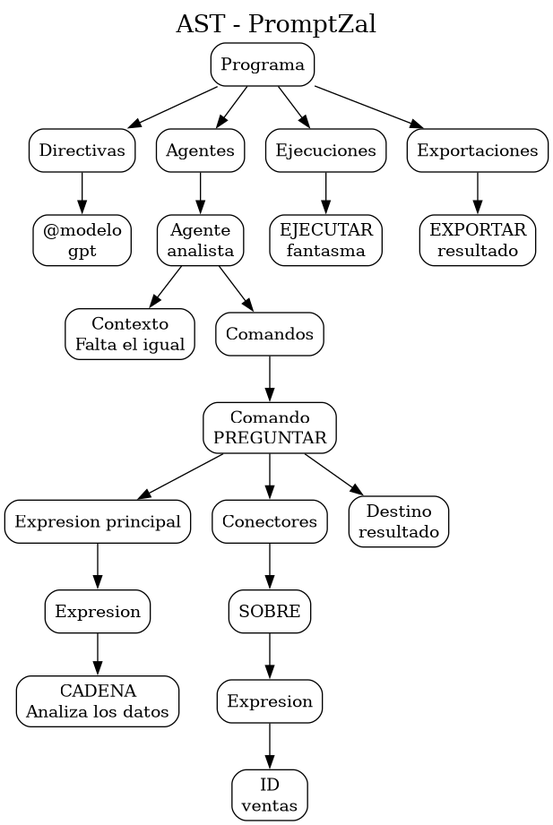
The Graphviz diagram reportes/ast_promptzal.png in wilian525/practica1_lenguajesFormales, before a commit. Its source is kept beside it as reportes/ast_promptzal.dot.
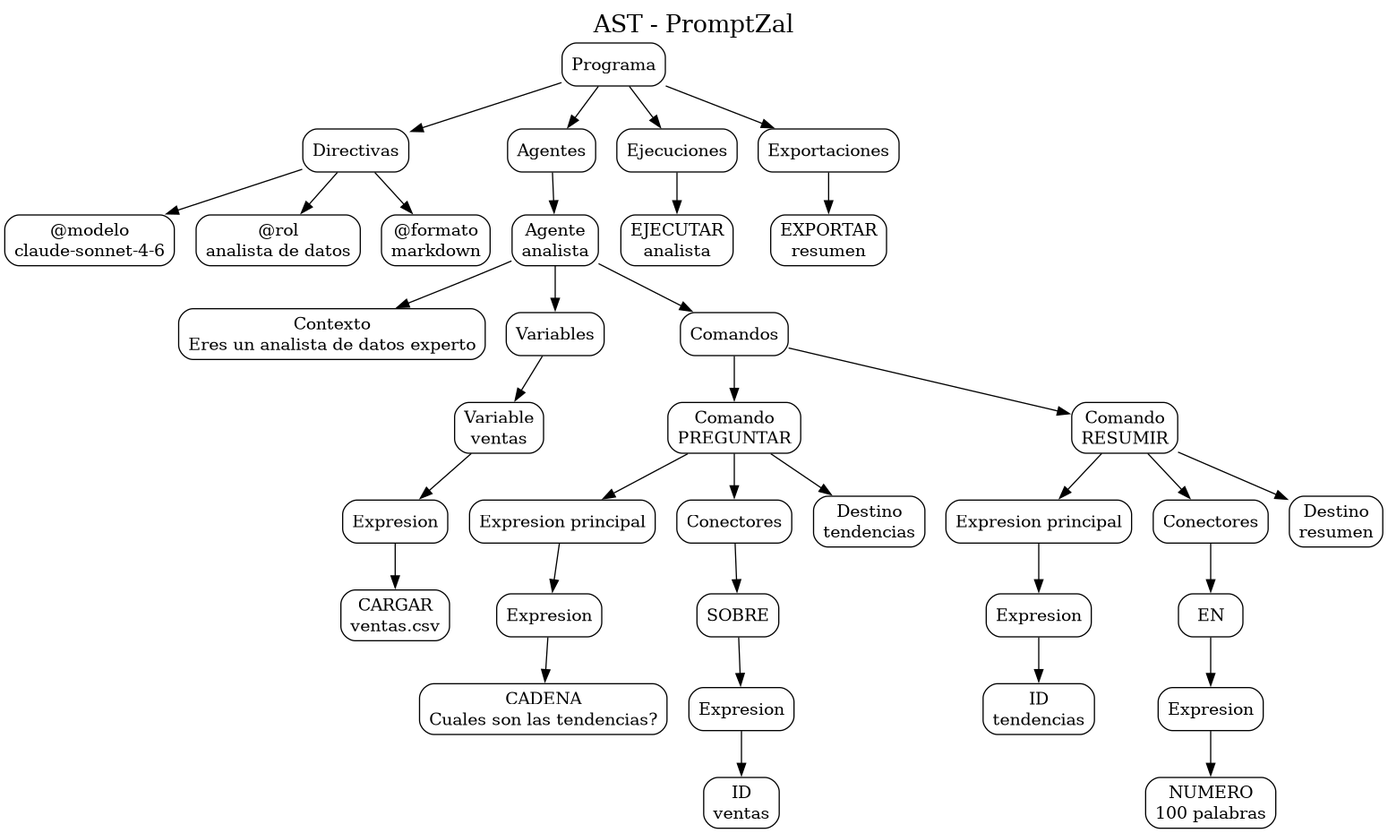
Above is the later version.

Change to the diagram source:
```diff
@@ -8,40 +8,70 @@
 nodo0 [label="Programa"];
 nodo1 [label="Directivas"];
 nodo0 -> nodo1;
-nodo2 [label="@modelo\ngpt"];
+nodo2 [label="@modelo\nclaude-sonnet-4-6"];
 nodo1 -> nodo2;
-nodo3 [label="Agentes"];
-nodo0 -> nodo3;
-nodo4 [label="Agente\nanalista"];
-nodo3 -> nodo4;
-nodo5 [label="Contexto\nFalta el igual"];
-nodo4 -> nodo5;
-nodo6 [label="Comandos"];
-nodo4 -> nodo6;
-nodo7 [label="Comando\nPREGUNTAR"];
+nodo3 [label="@rol\nanalista de datos"];
+nodo1 -> nodo3;
+nodo4 [label="@formato\nmarkdown"];
+nodo1 -> nodo4;
+nodo5 [label="Agentes"];
+nodo0 -> nodo5;
+nodo6 [label="Agente\nanalista"];
+nodo5 -> nodo6;
+nodo7 [label="Contexto\nEres un analista de datos experto"];
 nodo6 -> nodo7;
-nodo8 [label="Expresion principal"];
-nodo7 -> nodo8;
-nodo9 [label="Expresion"];
+nodo8 [label="Variables"];
+nodo6 -> nodo8;
+nodo9 [label="Variable\nventas"];
 nodo8 -> nodo9;
-nodo10 [label="CADENA\nAnaliza los datos"];
+nodo10 [label="Expresion"];
 nodo9 -> nodo10;
-nodo11 [label="Conectores"];
-nodo7 -> nodo11;
-nodo12 [label="SOBRE"];
-nodo11 -> nodo12;
-nodo13 [label="Expresion"];
+nodo11 [label="CARGAR\nventas.csv"];
+nodo10 -> nodo11;
+nodo12 [label="Comandos"];
+nodo6 -> nodo12;
+nodo13 [label="Comando\nPREGUNTAR"];
 nodo12 -> nodo13;
-nodo14 [label="ID\nventas"];
+nodo14 [label="Expresion principal"];
 nodo13 -> nodo14;
-nodo15 [label="Destino\nresultado"];
-nodo7 -> nodo15;
-nodo16 [label="Ejecuciones"];
-nodo0 -> nodo16;
-nodo17 [label="EJECUTAR\nfantasma"];
-nodo16 -> nodo17;
-nodo18 [label="Exportaciones"];
-nodo0 -> nodo18;
-nodo19 [label="EXPORTAR\nresultado"];
+nodo15 [label="Expresion"];
+nodo14 -> nodo15;
+nodo16 [label="CADENA\nCuales son las tendencias?"];
+nodo15 -> nodo16;
+nodo17 [label="Conectores"];
+nodo13 -> nodo17;
+nodo18 [label="SOBRE"];
+nodo17 -> nodo18;
+nodo19 [label="Expresion"];
 nodo18 -> nodo19;
+nodo20 [label="ID\nventas"];
+nodo19 -> nodo20;
+nodo21 [label="Destino\ntendencias"];
+nodo13 -> nodo21;
+nodo22 [label="Comando\nRESUMIR"];
+nodo12 -> nodo22;
+nodo23 [label="Expresion principal"];
+nodo22 -> nodo23;
+nodo24 [label="Expresion"];
+nodo23 -> nodo24;
+nodo25 [label="ID\ntendencias"];
+nodo24 -> nodo25;
+nodo26 [label="Conectores"];
+nodo22 -> nodo26;
+nodo27 [label="EN"];
+nodo26 -> nodo27;
+nodo28 [label="Expresion"];
+nodo27 -> nodo28;
+nodo29 [label="NUMERO\n100 palabras"];
+nodo28 -> nodo29;
+nodo30 [label="Destino\nresumen"];
+nodo22 -> nodo30;
+nodo31 [label="Ejecuciones"];
+nodo0 -> nodo31;
+nodo32 [label="EJECUTAR\nanalista"];
+nodo31 -> nodo32;
+nodo33 [label="Exportaciones"];
+nodo0 -> nodo33;
+nodo34 [label="EXPORTAR\nresumen"];
+nodo33 -> nodo34;
 }
```
